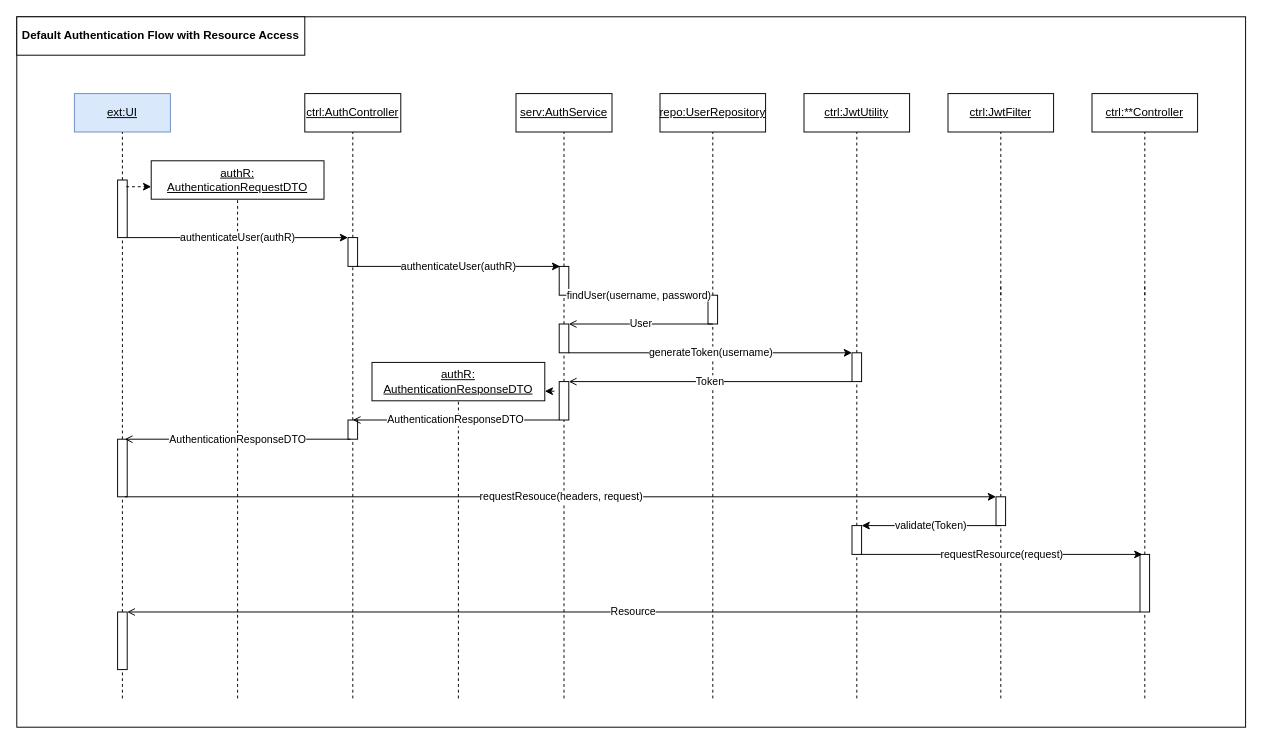
Above: diagrams/auth.drawio in paulbrenker/trailmenu (draw.io), before the change. Source tidied: cells renumbered, new cells numbered last; positions are measured from the earlier drawing's top-left corner, leaving out a move shared by most shapes. Both pictures are drawn from the tidied source at 96%, with x=0, y=0 at pixel (16, 16).
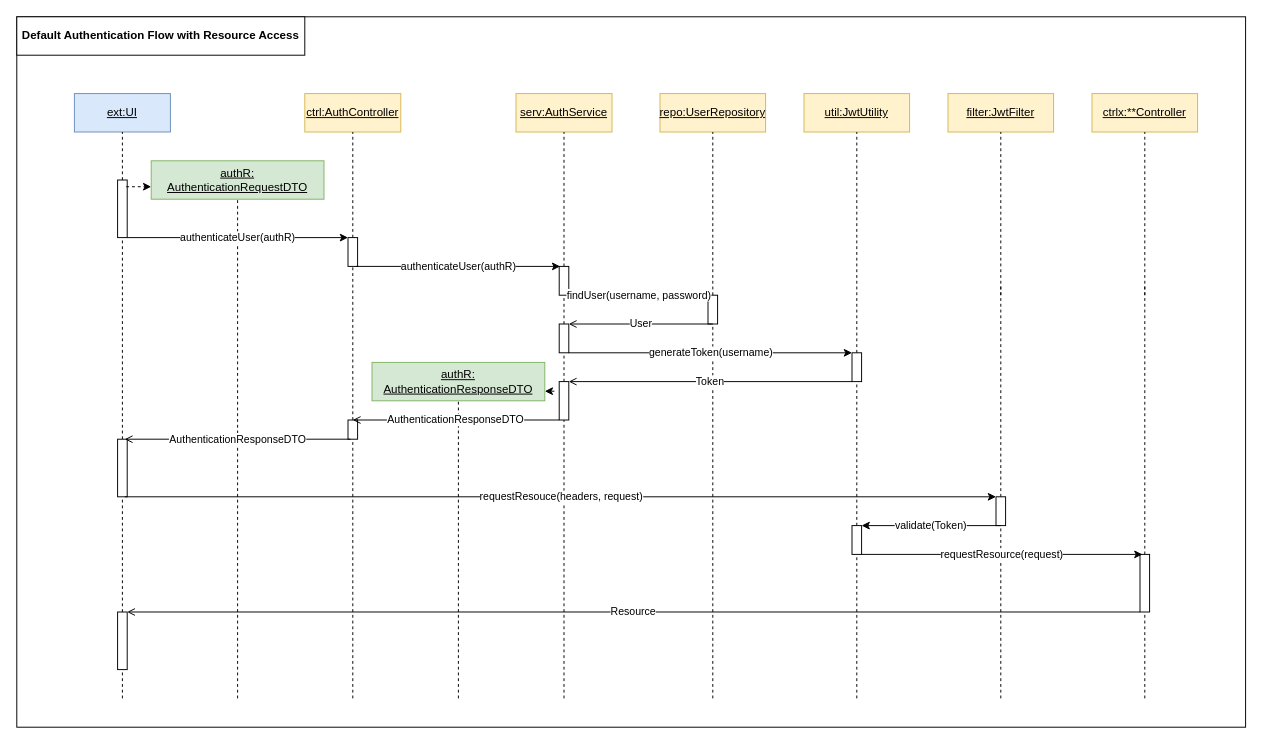
Above is the later version.

Commit message:
update Sequence Diagram to be more colorful

The edit, as a diff of the source:
```diff
@@
-    <mxCell id="4" value="&lt;u&gt;authR: AuthenticationRequestDTO&lt;/u&gt;" style="rounded=0;whiteSpace=wrap;html=1;" parent="1" vertex="1">
+    <mxCell id="4" value="&lt;u&gt;authR: AuthenticationRequestDTO&lt;/u&gt;" style="rounded=0;whiteSpace=wrap;html=1;fillColor=#d5e8d4;strokeColor=#82b366;" parent="1" vertex="1">
       <mxGeometry x="140" y="150" width="180" height="40" as="geometry" />
     </mxCell>
-    <mxCell id="5" value="&lt;u&gt;ctrl:AuthController&lt;/u&gt;" style="rounded=0;whiteSpace=wrap;html=1;" parent="1" vertex="1">
+    <mxCell id="5" value="&lt;u&gt;ctrl:AuthController&lt;/u&gt;" style="rounded=0;whiteSpace=wrap;html=1;fillColor=#fff2cc;strokeColor=#d6b656;" parent="1" vertex="1">
       <mxGeometry x="300" y="80" width="100" height="40" as="geometry" />
     </mxCell>
-    <mxCell id="6" value="&lt;u&gt;serv:AuthService&lt;/u&gt;" style="rounded=0;whiteSpace=wrap;html=1;" parent="1" vertex="1">
+    <mxCell id="6" value="&lt;u&gt;serv:AuthService&lt;/u&gt;" style="rounded=0;whiteSpace=wrap;html=1;fillColor=#fff2cc;strokeColor=#d6b656;" parent="1" vertex="1">
       <mxGeometry x="520" y="80" width="100" height="40" as="geometry" />
     </mxCell>
-    <mxCell id="7" value="&lt;u&gt;repo:UserRepository&lt;/u&gt;" style="rounded=0;whiteSpace=wrap;html=1;" parent="1" vertex="1">
+    <mxCell id="7" value="&lt;u&gt;repo:UserRepository&lt;/u&gt;" style="rounded=0;whiteSpace=wrap;html=1;fillColor=#fff2cc;strokeColor=#d6b656;" parent="1" vertex="1">
       <mxGeometry x="670" y="80" width="110" height="40" as="geometry" />
     </mxCell>
@@
-    <mxCell id="24" value="&lt;u&gt;authR: AuthenticationResponseDTO&lt;/u&gt;" style="rounded=0;whiteSpace=wrap;html=1;" parent="1" vertex="1">
+    <mxCell id="24" value="&lt;u&gt;authR: AuthenticationResponseDTO&lt;/u&gt;" style="rounded=0;whiteSpace=wrap;html=1;fillColor=#d5e8d4;strokeColor=#82b366;" parent="1" vertex="1">
       <mxGeometry x="370" y="360" width="180" height="40" as="geometry" />
     </mxCell>
-    <mxCell id="25" value="&lt;u&gt;ctrl:JwtUtility&lt;/u&gt;" style="rounded=0;whiteSpace=wrap;html=1;" parent="1" vertex="1">
+    <mxCell id="25" value="&lt;u&gt;util:JwtUtility&lt;/u&gt;" style="rounded=0;whiteSpace=wrap;html=1;fillColor=#fff2cc;strokeColor=#d6b656;" parent="1" vertex="1">
       <mxGeometry x="820" y="80" width="110" height="40" as="geometry" />
     </mxCell>
@@
-    <mxCell id="29" value="&lt;u&gt;ctrl:**Controller&lt;/u&gt;" style="rounded=0;whiteSpace=wrap;html=1;" parent="1" vertex="1">
+    <mxCell id="29" value="&lt;u&gt;ctrlx:**Controller&lt;/u&gt;" style="rounded=0;whiteSpace=wrap;html=1;fillColor=#fff2cc;strokeColor=#d6b656;" parent="1" vertex="1">
       <mxGeometry x="1120" y="80" width="110" height="40" as="geometry" />
     </mxCell>
@@
-    <mxCell id="32" value="&lt;u&gt;ctrl:JwtFilter&lt;/u&gt;" style="rounded=0;whiteSpace=wrap;html=1;" parent="1" vertex="1">
+    <mxCell id="32" value="&lt;u&gt;filter:JwtFilter&lt;/u&gt;" style="rounded=0;whiteSpace=wrap;html=1;fillColor=#fff2cc;strokeColor=#d6b656;" parent="1" vertex="1">
       <mxGeometry x="970" y="80" width="110" height="40" as="geometry" />
     </mxCell>
```
